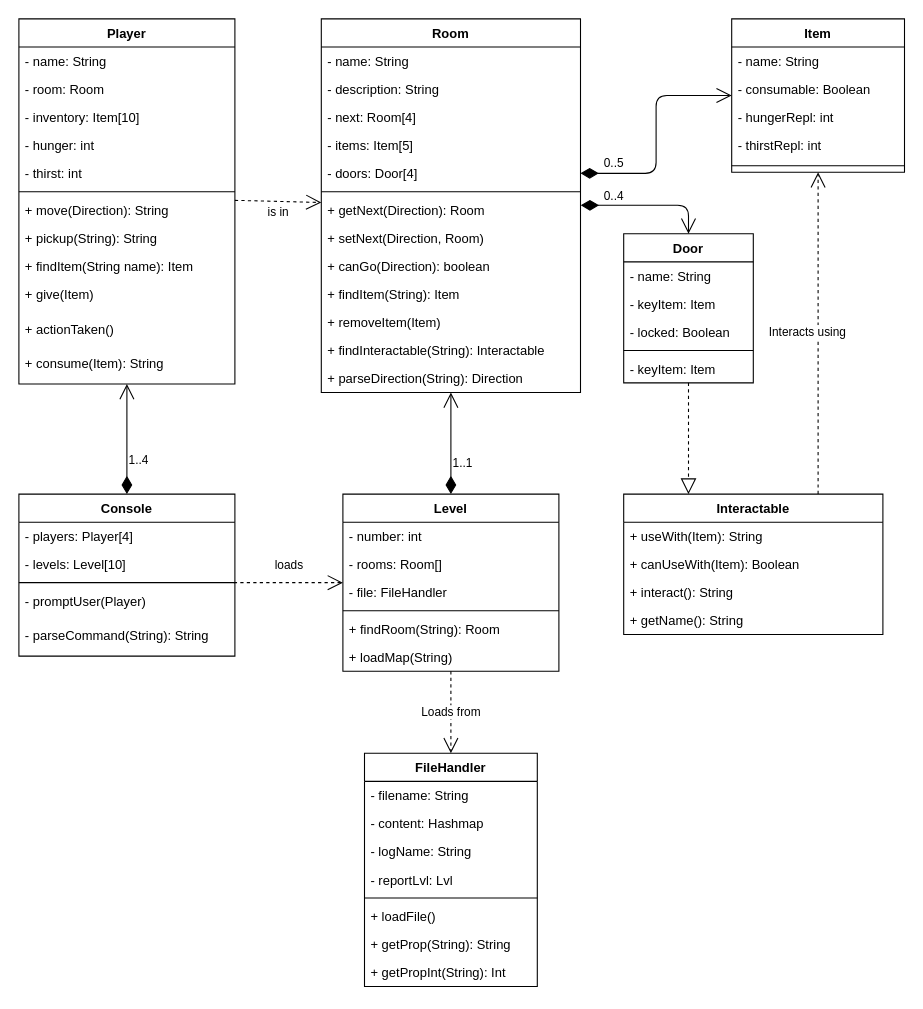
Above: doc/UML_classes.drawio in Sam36502/Escape_TBZ (draw.io), before the change. Source tidied: cells renumbered, new cells numbered last; positions are measured from the earlier drawing's top-left corner, leaving out a move shared by most shapes. Both pictures are drawn from the tidied source at 108%, with x=0, y=0 at pixel (18, 18).
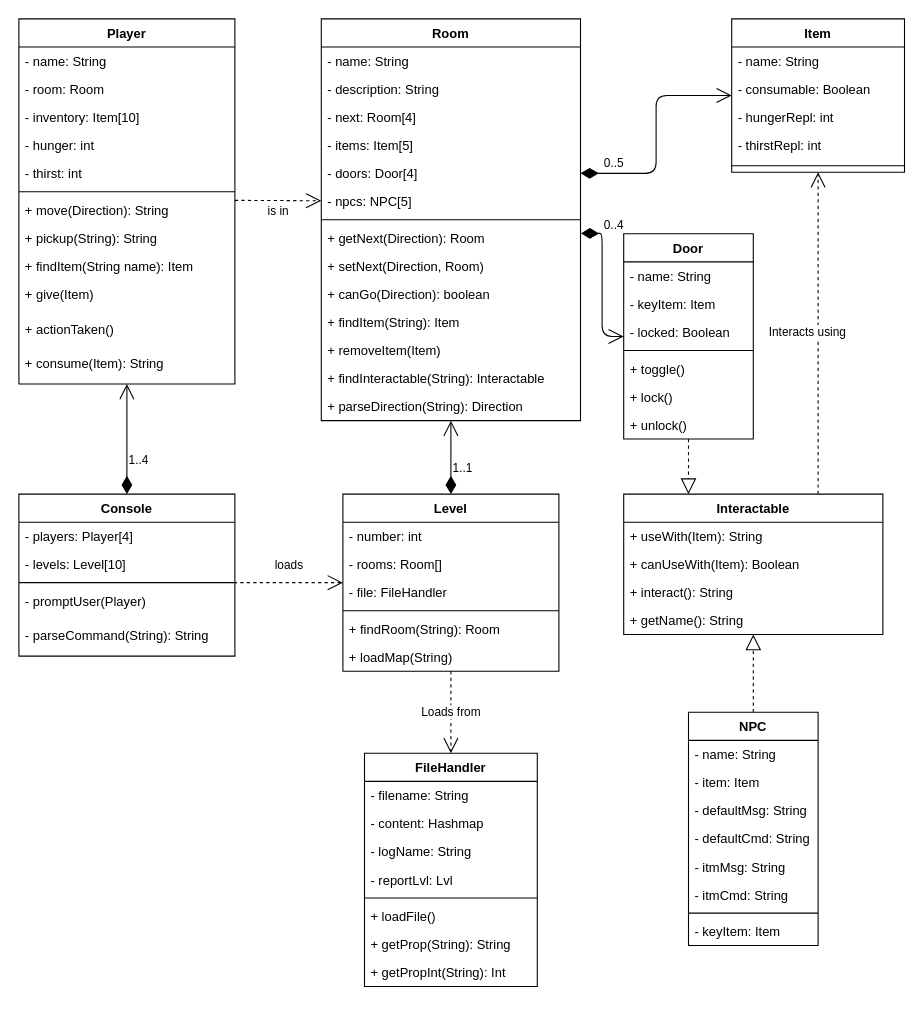
Above is the later version.

The change refers to these unchanged cells:
```xml
<mxCell id="9" value="+ move(Direction): String" style="text;strokeColor=none;fillColor=none;align=left;verticalAlign=top;spacingLeft=4;spacingRight=4;overflow=hidden;points=[[0,0.5],[1,0.5]];portConstraint=eastwest;" parent="2" vertex="1">
  <mxGeometry y="164" width="200" height="26" as="geometry" />
</mxCell>
<mxCell id="35" value="Interactable" style="swimlane;fontStyle=1;horizontal=1;startSize=26;fillColor=none;" parent="1" vertex="1">
  <mxGeometry x="560" y="440" width="240" height="130" as="geometry" />
</mxCell>
```

Change to the diagram source:
```diff
@@
     <mxCell id="15" value="Room" style="swimlane;fontStyle=1;align=center;verticalAlign=top;horizontal=1;startSize=26;" parent="1" vertex="1">
-      <mxGeometry x="280" width="240" height="346" as="geometry" />
+      <mxGeometry x="280" width="240" height="372" as="geometry" />
     </mxCell>
@@
+    <mxCell id="77" value="- npcs: NPC[5]" style="text;strokeColor=none;fillColor=none;align=left;verticalAlign=top;spacingLeft=4;spacingRight=4;overflow=hidden;points=[[0,0.5],[1,0.5]];portConstraint=eastwest;" parent="15" vertex="1">
+      <mxGeometry y="156" width="240" height="26" as="geometry" />
+    </mxCell>
     <mxCell id="21" style="line;strokeWidth=1;fillColor=none;align=left;verticalAlign=middle;spacingTop=-1;spacingLeft=3;spacingRight=3;labelPosition=right;" parent="15" vertex="1">
-      <mxGeometry y="156" width="240" height="8" as="geometry" />
+      <mxGeometry y="182" width="240" height="8" as="geometry" />
     </mxCell>
     <mxCell id="22" value="+ getNext(Direction): Room" style="text;strokeColor=none;fillColor=none;align=left;verticalAlign=top;spacingLeft=4;spacingRight=4;overflow=hidden;points=[[0,0.5],[1,0.5]];portConstraint=eastwest;" parent="15" vertex="1">
-      <mxGeometry y="164" width="240" height="26" as="geometry" />
+      <mxGeometry y="190" width="240" height="26" as="geometry" />
     </mxCell>
     <mxCell id="23" value="+ setNext(Direction, Room)" style="text;strokeColor=none;fillColor=none;align=left;verticalAlign=top;spacingLeft=4;spacingRight=4;overflow=hidden;" parent="15" vertex="1">
-      <mxGeometry y="190" width="240" height="26" as="geometry" />
+      <mxGeometry y="216" width="240" height="26" as="geometry" />
     </mxCell>
     <mxCell id="24" value="+ canGo(Direction): boolean" style="text;strokeColor=none;fillColor=none;align=left;verticalAlign=top;spacingLeft=4;spacingRight=4;overflow=hidden;" parent="15" vertex="1">
-      <mxGeometry y="216" width="240" height="26" as="geometry" />
+      <mxGeometry y="242" width="240" height="26" as="geometry" />
     </mxCell>
     <mxCell id="25" value="+ findItem(String): Item" style="text;strokeColor=none;fillColor=none;align=left;verticalAlign=top;spacingLeft=4;spacingRight=4;overflow=hidden;" parent="15" vertex="1">
-      <mxGeometry y="242" width="240" height="26" as="geometry" />
+      <mxGeometry y="268" width="240" height="26" as="geometry" />
     </mxCell>
     <mxCell id="26" value="+ removeItem(Item)" style="text;strokeColor=none;fillColor=none;align=left;verticalAlign=top;spacingLeft=4;spacingRight=4;overflow=hidden;" parent="15" vertex="1">
-      <mxGeometry y="268" width="240" height="26" as="geometry" />
+      <mxGeometry y="294" width="240" height="26" as="geometry" />
     </mxCell>
     <mxCell id="27" value="+ findInteractable(String): Interactable" style="text;strokeColor=none;fillColor=none;align=left;verticalAlign=top;spacingLeft=4;spacingRight=4;overflow=hidden;" parent="15" vertex="1">
-      <mxGeometry y="294" width="240" height="26" as="geometry" />
+      <mxGeometry y="320" width="240" height="26" as="geometry" />
     </mxCell>
     <mxCell id="28" value="+ parseDirection(String): Direction" style="text;strokeColor=none;fillColor=none;align=left;verticalAlign=top;spacingLeft=4;spacingRight=4;overflow=hidden;" parent="15" vertex="1">
-      <mxGeometry y="320" width="240" height="26" as="geometry" />
+      <mxGeometry y="346" width="240" height="26" as="geometry" />
     </mxCell>
     <mxCell id="29" value="Door" style="swimlane;fontStyle=1;align=center;verticalAlign=top;horizontal=1;startSize=26;" parent="1" vertex="1">
-      <mxGeometry x="560" y="199" width="120" height="138" as="geometry" />
+      <mxGeometry x="560" y="199" width="120" height="190" as="geometry" />
     </mxCell>
@@
-    <mxCell id="34" value="- keyItem: Item" style="text;strokeColor=none;fillColor=none;align=left;verticalAlign=top;spacingLeft=4;spacingRight=4;overflow=hidden;" parent="29" vertex="1">
+    <mxCell id="34" value="+ toggle()" style="text;strokeColor=none;fillColor=none;align=left;verticalAlign=top;spacingLeft=4;spacingRight=4;overflow=hidden;" parent="29" vertex="1">
       <mxGeometry y="112" width="120" height="26" as="geometry" />
     </mxCell>
+    <mxCell id="78" value="+ lock()" style="text;strokeColor=none;fillColor=none;align=left;verticalAlign=top;spacingLeft=4;spacingRight=4;overflow=hidden;" parent="29" vertex="1">
+      <mxGeometry y="138" width="120" height="26" as="geometry" />
+    </mxCell>
+    <mxCell id="79" value="+ unlock()" style="text;strokeColor=none;fillColor=none;align=left;verticalAlign=top;spacingLeft=4;spacingRight=4;overflow=hidden;" parent="29" vertex="1">
+      <mxGeometry y="164" width="120" height="26" as="geometry" />
+    </mxCell>
@@
-    <mxCell id="44" value="is in" style="endArrow=open;endSize=12;dashed=1;html=1;exitX=1;exitY=0.154;exitDx=0;exitDy=0;exitPerimeter=0;" parent="1" edge="1" source="9" target="15">
+    <mxCell id="44" value="is in" style="endArrow=open;endSize=12;dashed=1;html=1;exitX=1;exitY=0.154;exitDx=0;exitDy=0;exitPerimeter=0;" parent="1" edge="1" source="9" target="77">
       <mxGeometry y="-10" relative="1" as="geometry" />
     </mxCell>
@@
+    <mxCell id="80" value="NPC" style="swimlane;fontStyle=1;align=center;verticalAlign=top;horizontal=1;startSize=26;" parent="1" vertex="1">
+      <mxGeometry x="620" y="642" width="120" height="216" as="geometry" />
+    </mxCell>
+    <mxCell id="81" value="- name: String" style="text;strokeColor=none;fillColor=none;align=left;verticalAlign=top;spacingLeft=4;spacingRight=4;overflow=hidden;" parent="80" vertex="1">
+      <mxGeometry y="26" width="120" height="26" as="geometry" />
+    </mxCell>
+    <mxCell id="82" value="- item: Item" style="text;strokeColor=none;fillColor=none;align=left;verticalAlign=top;spacingLeft=4;spacingRight=4;overflow=hidden;" parent="80" vertex="1">
+      <mxGeometry y="52" width="120" height="26" as="geometry" />
+    </mxCell>
+    <mxCell id="83" value="- defaultMsg: String" style="text;strokeColor=none;fillColor=none;align=left;verticalAlign=top;spacingLeft=4;spacingRight=4;overflow=hidden;" parent="80" vertex="1">
+      <mxGeometry y="78" width="120" height="26" as="geometry" />
+    </mxCell>
+    <mxCell id="84" value="- defaultCmd: String" style="text;strokeColor=none;fillColor=none;align=left;verticalAlign=top;spacingLeft=4;spacingRight=4;overflow=hidden;" parent="80" vertex="1">
+      <mxGeometry y="104" width="120" height="26" as="geometry" />
+    </mxCell>
+    <mxCell id="85" value="- itmMsg: String" style="text;strokeColor=none;fillColor=none;align=left;verticalAlign=top;spacingLeft=4;spacingRight=4;overflow=hidden;" parent="80" vertex="1">
+      <mxGeometry y="130" width="120" height="26" as="geometry" />
+    </mxCell>
+    <mxCell id="86" value="- itmCmd: String" style="text;strokeColor=none;fillColor=none;align=left;verticalAlign=top;spacingLeft=4;spacingRight=4;overflow=hidden;" parent="80" vertex="1">
+      <mxGeometry y="156" width="120" height="26" as="geometry" />
+    </mxCell>
+    <mxCell id="87" style="line;strokeWidth=1;fillColor=none;align=left;verticalAlign=middle;spacingTop=-1;spacingLeft=3;spacingRight=3;labelPosition=right;" parent="80" vertex="1">
+      <mxGeometry y="182" width="120" height="8" as="geometry" />
+    </mxCell>
+    <mxCell id="88" value="- keyItem: Item" style="text;strokeColor=none;fillColor=none;align=left;verticalAlign=top;spacingLeft=4;spacingRight=4;overflow=hidden;" parent="80" vertex="1">
+      <mxGeometry y="190" width="120" height="26" as="geometry" />
+    </mxCell>
+    <mxCell id="89" style="endArrow=block;dashed=1;endFill=0;endSize=12;html=1;" parent="1" edge="1" source="80" target="35">
+      <mxGeometry relative="1" as="geometry" />
+    </mxCell>
```
